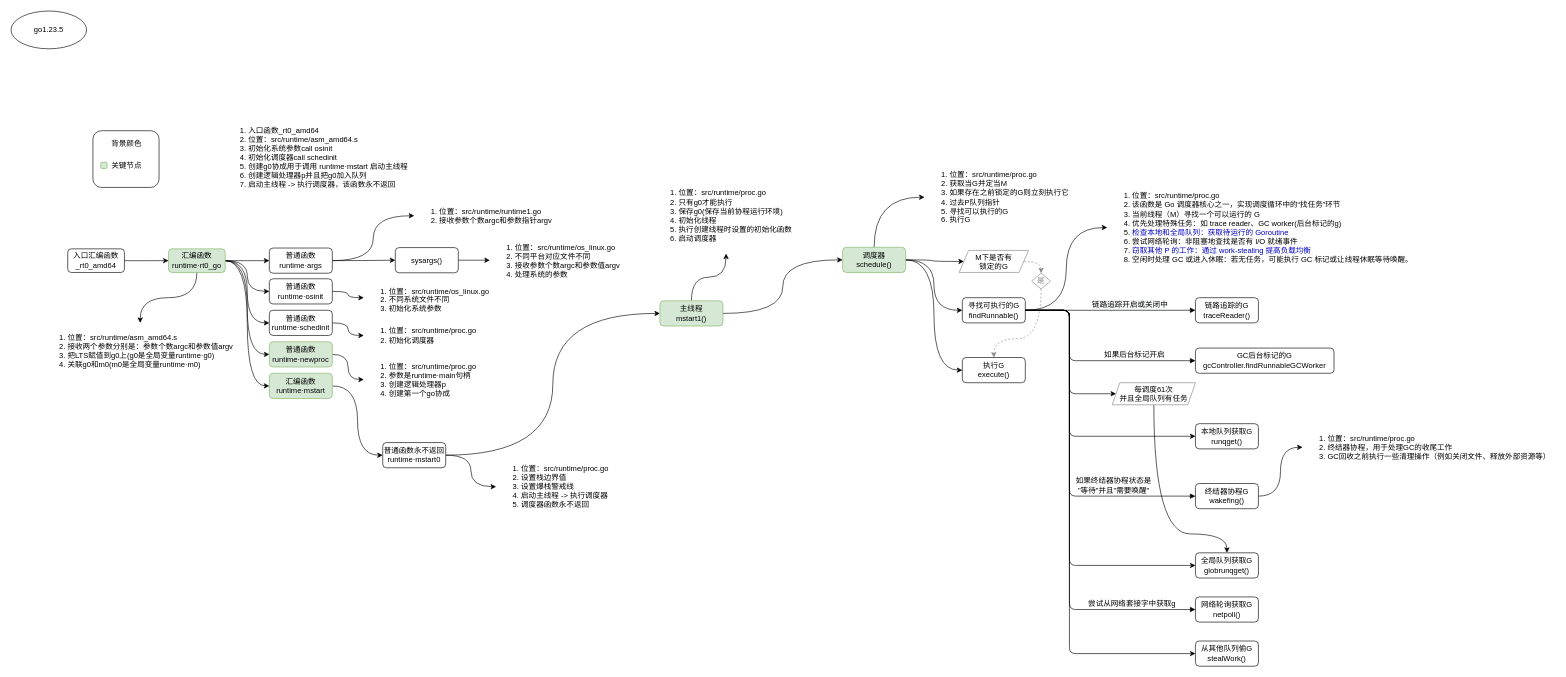
Earlier version of the draw.io diagram book/src/MGP.drawio (fire1220/annotation-go1.23.5). Source tidied: cells renumbered, new cells numbered last; positions are measured from the earlier drawing's top-left corner, leaving out a move shared by most shapes. Both pictures are drawn from the tidied source at 63%, with x=0, y=0 at pixel (11, 11).
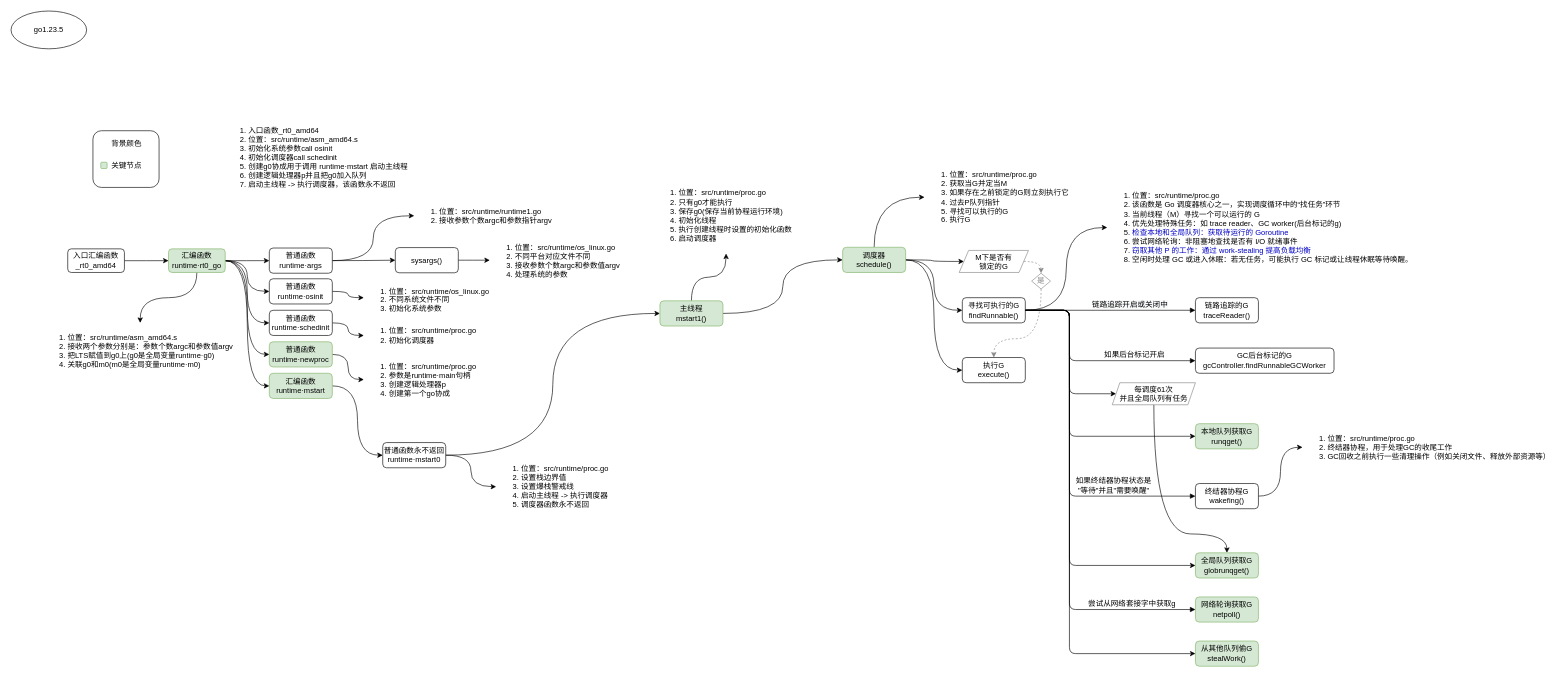
The same page after the edit.

Commit message (it also covers changes not shown here):
MPG-调度器函数

Change to the diagram source:
```diff
@@
-    <mxCell id="67" value="全局队列获取G&lt;br&gt;globrunqget()" style="rounded=1;whiteSpace=wrap;html=1;labelBackgroundColor=none;fontSize=12;align=center;" parent="1" vertex="1">
+    <mxCell id="67" value="全局队列获取G&lt;br&gt;globrunqget()" style="rounded=1;whiteSpace=wrap;html=1;labelBackgroundColor=none;fontSize=12;align=center;fillColor=#d5e8d4;strokeColor=#82b366;" parent="1" vertex="1">
       <mxGeometry x="1880" y="860" width="100" height="40" as="geometry" />
     </mxCell>
@@
-    <mxCell id="70" value="本地队列获取G&lt;br&gt;runqget()" style="rounded=1;whiteSpace=wrap;html=1;labelBackgroundColor=none;fontSize=12;align=center;" parent="1" vertex="1">
+    <mxCell id="70" value="本地队列获取G&lt;br&gt;runqget()" style="rounded=1;whiteSpace=wrap;html=1;labelBackgroundColor=none;fontSize=12;align=center;fillColor=#d5e8d4;strokeColor=#82b366;" parent="1" vertex="1">
       <mxGeometry x="1880" y="655" width="100" height="40" as="geometry" />
     </mxCell>
@@
-    <mxCell id="75" value="网络轮询获取G&lt;br&gt;netpoll()" style="rounded=1;whiteSpace=wrap;html=1;labelBackgroundColor=none;fontSize=12;align=center;" parent="1" vertex="1">
+    <mxCell id="75" value="网络轮询获取G&lt;br&gt;netpoll()" style="rounded=1;whiteSpace=wrap;html=1;labelBackgroundColor=none;fontSize=12;align=center;fillColor=#d5e8d4;strokeColor=#82b366;" parent="1" vertex="1">
       <mxGeometry x="1880" y="930" width="100" height="40" as="geometry" />
     </mxCell>
-    <mxCell id="76" value="从其他队列偷G&lt;br&gt;stealWork()" style="rounded=1;whiteSpace=wrap;html=1;labelBackgroundColor=none;fontSize=12;align=center;" parent="1" vertex="1">
+    <mxCell id="76" value="从其他队列偷G&lt;br&gt;stealWork()" style="rounded=1;whiteSpace=wrap;html=1;labelBackgroundColor=none;fontSize=12;align=center;fillColor=#d5e8d4;strokeColor=#82b366;" parent="1" vertex="1">
       <mxGeometry x="1880" y="1000" width="100" height="40" as="geometry" />
     </mxCell>
```
